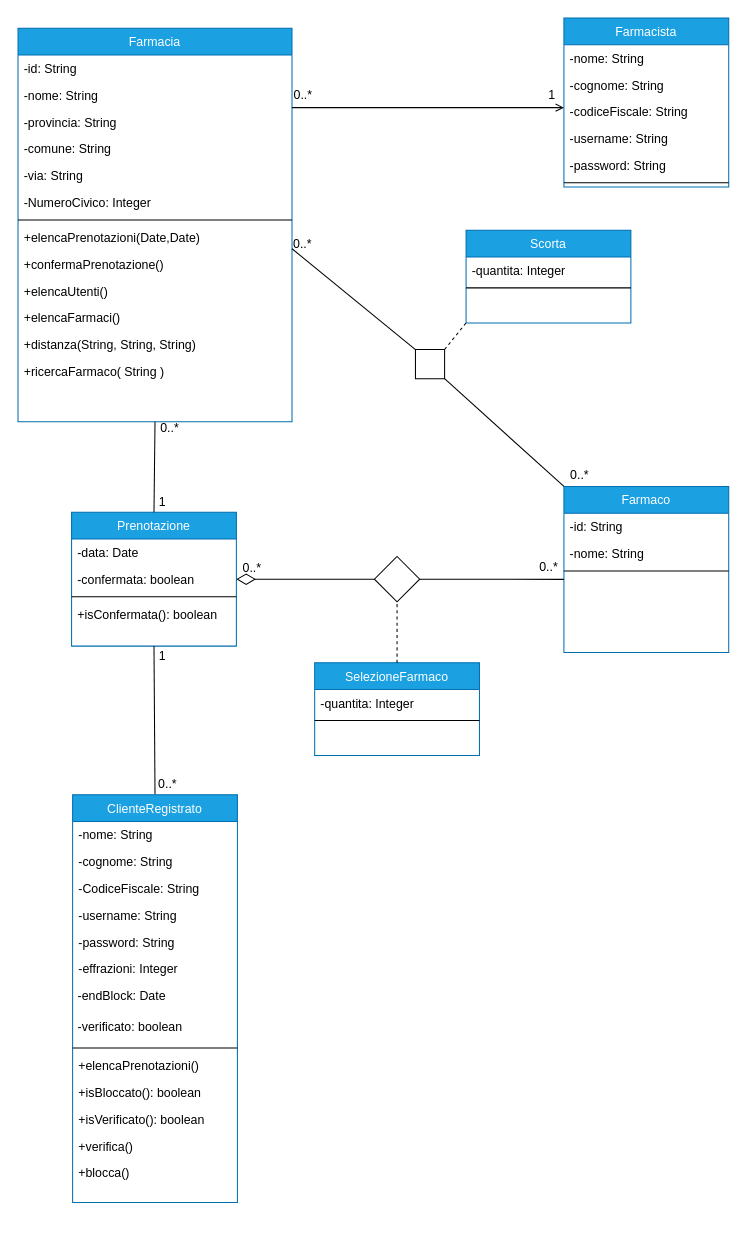
This is drawio/ModelloDominio.drawio from lnwor/farmabyte-doc, a draw.io file, before an edit. Source tidied: cells renumbered, new cells numbered last; positions are measured from the earlier drawing's top-left corner, leaving out a move shared by most shapes. Both pictures are drawn from the tidied source at 103%, with x=0, y=0 at pixel (18, 18).
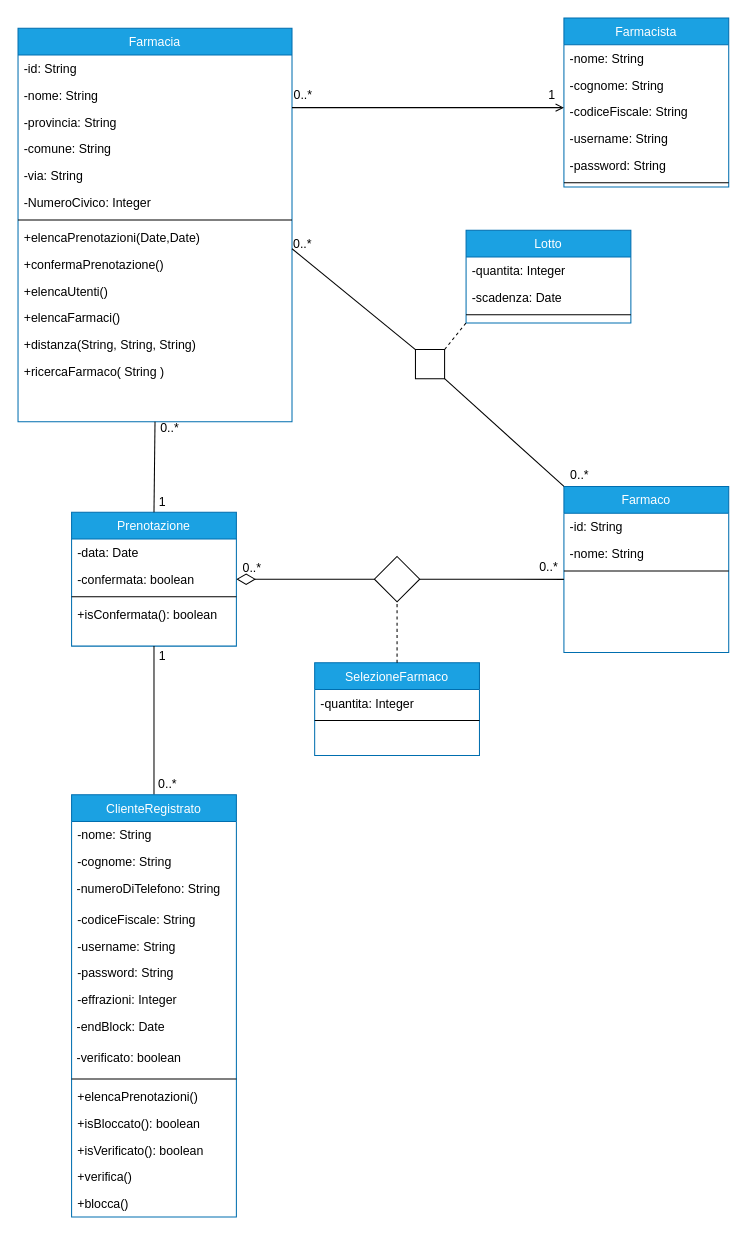
Above is the later version.

Diff of the diagram source:
```diff
@@
     <mxCell id="43" value="ClienteRegistrato" style="swimlane;fontStyle=0;align=center;verticalAlign=top;horizontal=1;startSize=26;rounded=0;shadow=0;strokeWidth=1;fillColor=#1ba1e2;strokeColor=#006EAF;fontColor=#ffffff;" parent="1" vertex="1">
-      <mxGeometry x="53" y="754" width="160" height="396" as="geometry" />
+      <mxGeometry x="52" y="754" width="160" height="410" as="geometry" />
     </mxCell>
@@
+    <mxCell id="74" value="&lt;font face=&quot;helvetica&quot;&gt;&amp;nbsp;-numeroDiTelefono: String&lt;/font&gt;" style="text;whiteSpace=wrap;html=1;" parent="43" vertex="1">
+      <mxGeometry y="78" width="160" height="30" as="geometry" />
+    </mxCell>
-    <mxCell id="46" value="-CodiceFiscale: String" style="text;align=left;verticalAlign=top;spacingLeft=4;spacingRight=4;overflow=hidden;" parent="43" vertex="1">
-      <mxGeometry y="78" width="160" height="26" as="geometry" />
+    <mxCell id="46" value="-codiceFiscale: String" style="text;align=left;verticalAlign=top;spacingLeft=4;spacingRight=4;overflow=hidden;" parent="43" vertex="1">
+      <mxGeometry y="108" width="160" height="26" as="geometry" />
     </mxCell>
     <mxCell id="47" value="-username: String" style="text;align=left;verticalAlign=top;spacingLeft=4;spacingRight=4;overflow=hidden;" parent="43" vertex="1">
-      <mxGeometry y="104" width="160" height="26" as="geometry" />
+      <mxGeometry y="134" width="160" height="26" as="geometry" />
     </mxCell>
     <mxCell id="48" value="-password: String" style="text;align=left;verticalAlign=top;spacingLeft=4;spacingRight=4;overflow=hidden;" parent="43" vertex="1">
-      <mxGeometry y="130" width="160" height="26" as="geometry" />
+      <mxGeometry y="160" width="160" height="26" as="geometry" />
     </mxCell>
     <mxCell id="49" value="-effrazioni: Integer" style="text;align=left;verticalAlign=top;spacingLeft=4;spacingRight=4;overflow=hidden;" parent="43" vertex="1">
-      <mxGeometry y="156" width="160" height="26" as="geometry" />
+      <mxGeometry y="186" width="160" height="26" as="geometry" />
     </mxCell>
     <mxCell id="50" value="&lt;font face=&quot;helvetica&quot;&gt;&amp;nbsp;-endBlock: Date&lt;/font&gt;" style="text;whiteSpace=wrap;html=1;" parent="43" vertex="1">
-      <mxGeometry y="182" width="160" height="30" as="geometry" />
+      <mxGeometry y="212" width="160" height="30" as="geometry" />
     </mxCell>
     <mxCell id="51" value="&lt;font face=&quot;helvetica&quot;&gt;&amp;nbsp;-verificato: boolean&lt;/font&gt;" style="text;whiteSpace=wrap;html=1;" parent="43" vertex="1">
-      <mxGeometry y="212" width="160" height="30" as="geometry" />
+      <mxGeometry y="242" width="160" height="30" as="geometry" />
     </mxCell>
     <mxCell id="52" style="line;html=1;strokeWidth=1;align=left;verticalAlign=middle;spacingTop=-1;spacingLeft=3;spacingRight=3;labelPosition=right;" parent="43" vertex="1">
-      <mxGeometry y="242" width="160" height="8" as="geometry" />
+      <mxGeometry y="272" width="160" height="8" as="geometry" />
     </mxCell>
     <mxCell id="53" value="+elencaPrenotazioni()" style="text;align=left;verticalAlign=top;spacingLeft=4;spacingRight=4;overflow=hidden;" parent="43" vertex="1">
-      <mxGeometry y="250" width="160" height="26" as="geometry" />
+      <mxGeometry y="280" width="160" height="26" as="geometry" />
     </mxCell>
     <mxCell id="54" value="+isBloccato(): boolean" style="text;align=left;verticalAlign=top;spacingLeft=4;spacingRight=4;overflow=hidden;" parent="43" vertex="1">
-      <mxGeometry y="276" width="160" height="26" as="geometry" />
+      <mxGeometry y="306" width="160" height="26" as="geometry" />
     </mxCell>
     <mxCell id="55" value="+isVerificato(): boolean" style="text;align=left;verticalAlign=top;spacingLeft=4;spacingRight=4;overflow=hidden;" parent="43" vertex="1">
-      <mxGeometry y="302" width="160" height="26" as="geometry" />
+      <mxGeometry y="332" width="160" height="26" as="geometry" />
     </mxCell>
     <mxCell id="56" value="+verifica()" style="text;align=left;verticalAlign=top;spacingLeft=4;spacingRight=4;overflow=hidden;" parent="43" vertex="1">
-      <mxGeometry y="328" width="160" height="26" as="geometry" />
+      <mxGeometry y="358" width="160" height="26" as="geometry" />
     </mxCell>
     <mxCell id="57" value="+blocca()" style="text;align=left;verticalAlign=top;spacingLeft=4;spacingRight=4;overflow=hidden;" parent="43" vertex="1">
-      <mxGeometry y="354" width="160" height="26" as="geometry" />
+      <mxGeometry y="384" width="160" height="26" as="geometry" />
     </mxCell>
@@
-    <mxCell id="61" value="Scorta" style="swimlane;fontStyle=0;align=center;verticalAlign=top;horizontal=1;startSize=26;rounded=0;shadow=0;strokeWidth=1;fillColor=#1ba1e2;strokeColor=#006EAF;fontColor=#ffffff;" parent="1" vertex="1">
+    <mxCell id="61" value="Lotto" style="swimlane;fontStyle=0;align=center;verticalAlign=top;horizontal=1;startSize=26;rounded=0;shadow=0;strokeWidth=1;fillColor=#1ba1e2;strokeColor=#006EAF;fontColor=#ffffff;" parent="1" vertex="1">
       <mxGeometry x="435" y="206" width="160" height="90" as="geometry" />
     </mxCell>
@@
+    <mxCell id="75" value="-scadenza: Date" style="text;align=left;verticalAlign=top;spacingLeft=4;spacingRight=4;overflow=hidden;" parent="61" vertex="1">
+      <mxGeometry y="52" width="160" height="26" as="geometry" />
+    </mxCell>
     <mxCell id="63" style="line;html=1;strokeWidth=1;align=left;verticalAlign=middle;spacingTop=-1;spacingLeft=3;spacingRight=3;labelPosition=right;" parent="61" vertex="1">
-      <mxGeometry y="52" width="160" height="8" as="geometry" />
+      <mxGeometry y="78" width="160" height="8" as="geometry" />
     </mxCell>
```
